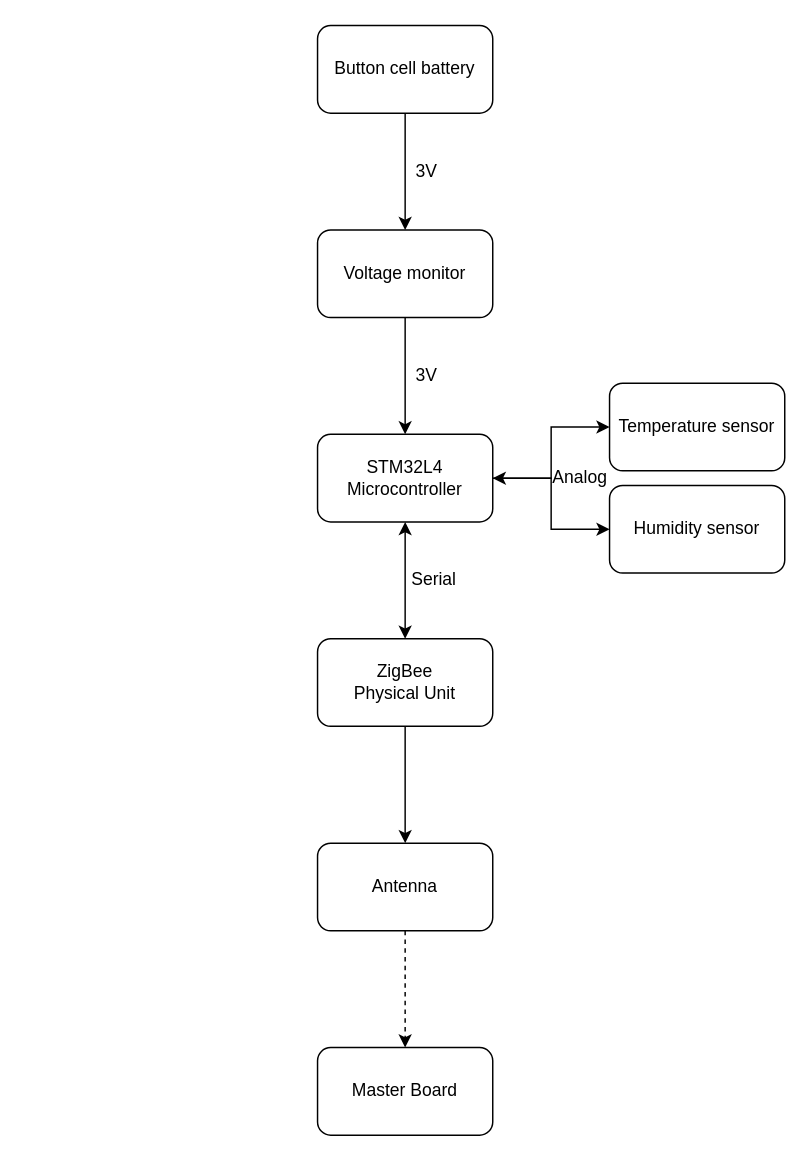
Above: Slave/IoTSlave.drawio in SR-Madsen/WirelessSensorNetwork (draw.io), before the change. Source tidied: cells renumbered, new cells numbered last; positions are measured from the earlier drawing's top-left corner, leaving out a move shared by most shapes. Both pictures are drawn from the tidied source at 146%, with x=0, y=0 at pixel (317, 25).
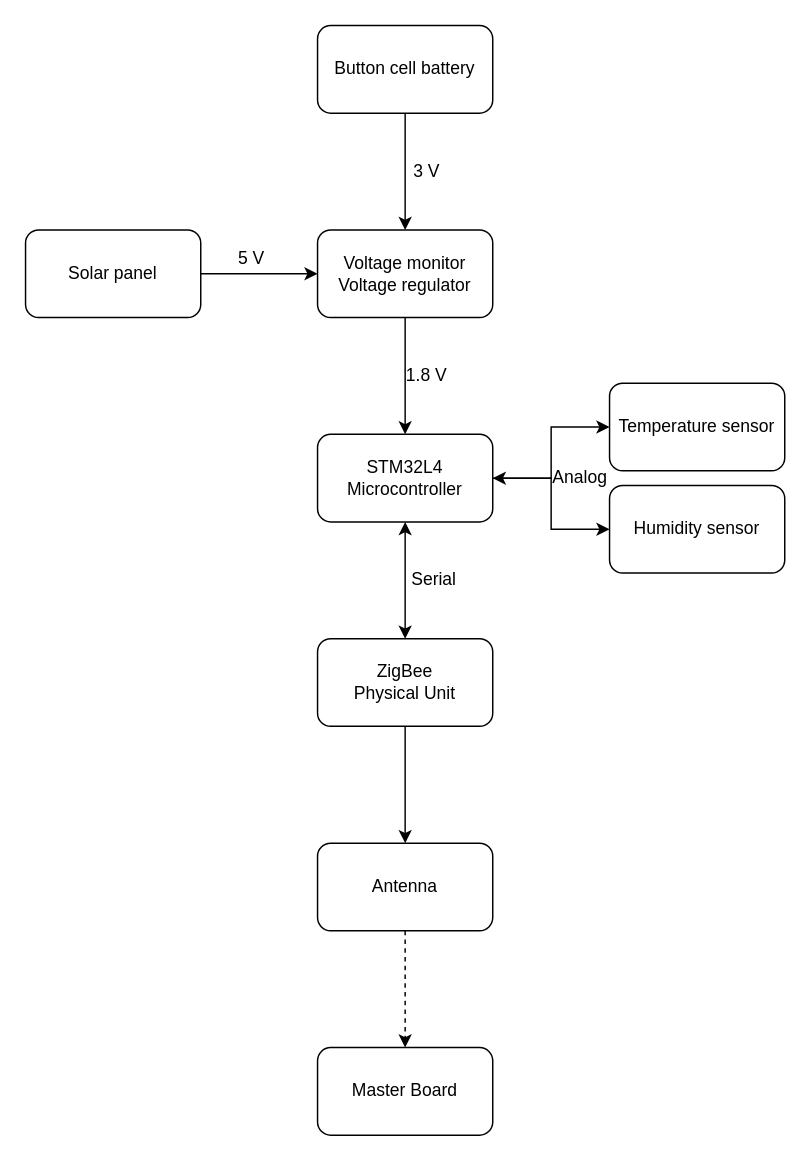
Above is the later version.

What changed in the source:
```diff
@@
-    <mxCell id="5" value="Voltage monitor" style="whiteSpace=wrap;html=1;rounded=1;" parent="1" vertex="1">
+    <mxCell id="5" value="&lt;div&gt;Voltage monitor&lt;/div&gt;Voltage regulator" style="whiteSpace=wrap;html=1;rounded=1;" parent="1" vertex="1">
       <mxGeometry y="140" width="120" height="60" as="geometry" />
     </mxCell>
@@
-    <mxCell id="12" value="3V" style="text;html=1;strokeColor=none;fillColor=none;align=center;verticalAlign=middle;whiteSpace=wrap;rounded=0;" parent="1" vertex="1">
+    <mxCell id="12" value="3 V" style="text;html=1;strokeColor=none;fillColor=none;align=center;verticalAlign=middle;whiteSpace=wrap;rounded=0;" parent="1" vertex="1">
       <mxGeometry x="55" y="90" width="40" height="20" as="geometry" />
     </mxCell>
-    <mxCell id="13" value="3V" style="text;html=1;strokeColor=none;fillColor=none;align=center;verticalAlign=middle;whiteSpace=wrap;rounded=0;" parent="1" vertex="1">
+    <mxCell id="13" value="1.8 V" style="text;html=1;strokeColor=none;fillColor=none;align=center;verticalAlign=middle;whiteSpace=wrap;rounded=0;" parent="1" vertex="1">
       <mxGeometry x="55" y="230" width="40" height="20" as="geometry" />
     </mxCell>
@@
+    <mxCell id="21" style="edgeStyle=orthogonalEdgeStyle;rounded=0;jettySize=auto;html=1;exitX=1;exitY=0.5;exitDx=0;exitDy=0;entryX=0;entryY=0.5;entryDx=0;entryDy=0;" parent="1" edge="1" source="22" target="5">
+      <mxGeometry relative="1" as="geometry" />
+    </mxCell>
+    <mxCell id="22" value="Solar panel" style="whiteSpace=wrap;html=1;rounded=1;" parent="1" vertex="1">
+      <mxGeometry x="-200" y="140" width="120" height="60" as="geometry" />
+    </mxCell>
+    <mxCell id="23" value="5 V" style="text;html=1;strokeColor=none;fillColor=none;align=center;verticalAlign=middle;whiteSpace=wrap;rounded=0;" parent="1" vertex="1">
+      <mxGeometry x="-65" y="150" width="40" height="20" as="geometry" />
+    </mxCell>
```
